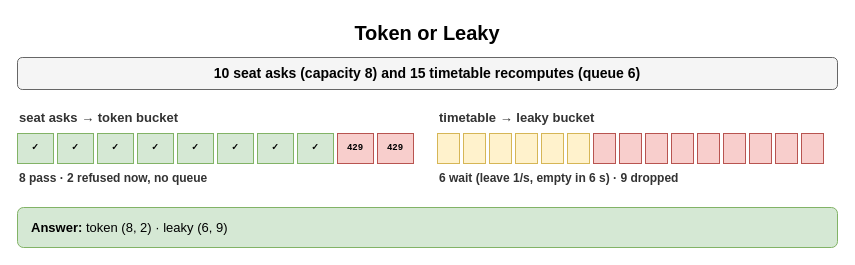
Above: page "Token or Leaky" (4 of 8) of content/09_System_Design_Interview/17_Rate_Limiting_and_Throttling/diagrams/rate-limiting-drills.drawio in amendez13/swe-study-guide (draw.io), before the change. Source tidied: cells renumbered, new cells numbered last; positions are measured from the earlier drawing's top-left corner, leaving out a move shared by most shapes. Both pictures are drawn from the tidied source at 100%, with x=0, y=0 at pixel (17, 17).
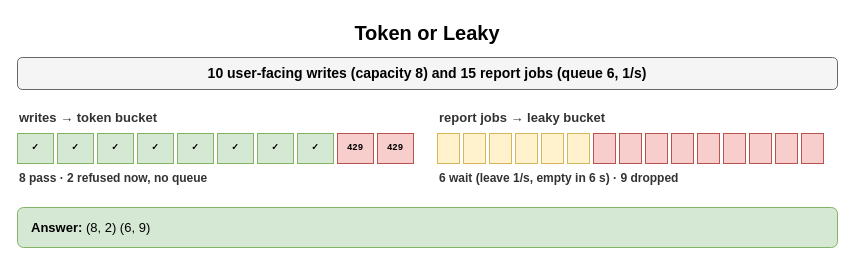
The same diagram, later.

The edit, as a diff of the source:
```diff
@@
-    <mxCell id="3" value="10 seat asks (capacity 8) and 15 timetable recomputes (queue 6)" style="rounded=1;whiteSpace=wrap;html=1;fillColor=#f5f5f5;strokeColor=#666666;fontStyle=1;fontSize=14;" parent="1" vertex="1">
+    <mxCell id="3" value="10 user-facing writes (capacity 8) and 15 report jobs (queue 6, 1/s)" style="rounded=1;whiteSpace=wrap;html=1;fillColor=#f5f5f5;strokeColor=#666666;fontStyle=1;fontSize=14;" parent="1" vertex="1">
       <mxGeometry y="40" width="820" height="32" as="geometry" />
     </mxCell>
-    <mxCell id="4" value="seat asks → token bucket" style="text;html=1;whiteSpace=wrap;fontSize=11;align=left;verticalAlign=middle;fontSize=13;fontColor=#333333;fontStyle=1;" parent="1" vertex="1">
+    <mxCell id="4" value="writes → token bucket" style="text;html=1;whiteSpace=wrap;fontSize=11;align=left;verticalAlign=middle;fontSize=13;fontColor=#333333;fontStyle=1;" parent="1" vertex="1">
       <mxGeometry y="90" width="400" height="20" as="geometry" />
     </mxCell>
@@
-    <mxCell id="16" value="timetable → leaky bucket" style="text;html=1;whiteSpace=wrap;fontSize=11;align=left;verticalAlign=middle;fontSize=13;fontColor=#333333;fontStyle=1;" parent="1" vertex="1">
+    <mxCell id="16" value="report jobs → leaky bucket" style="text;html=1;whiteSpace=wrap;fontSize=11;align=left;verticalAlign=middle;fontSize=13;fontColor=#333333;fontStyle=1;" parent="1" vertex="1">
       <mxGeometry x="420" y="90" width="400" height="20" as="geometry" />
     </mxCell>
@@
-    <mxCell id="33" value="&lt;b&gt;Answer:&lt;/b&gt; token (8, 2) · leaky (6, 9)" style="rounded=1;whiteSpace=wrap;html=1;fillColor=#d5e8d4;strokeColor=#82b366;fontSize=13;align=left;spacingLeft=12;" parent="1" vertex="1">
+    <mxCell id="33" value="&lt;b&gt;Answer:&lt;/b&gt; (8, 2) (6, 9)" style="rounded=1;whiteSpace=wrap;html=1;fillColor=#d5e8d4;strokeColor=#82b366;fontSize=13;align=left;spacingLeft=12;" parent="1" vertex="1">
       <mxGeometry y="190" width="820" height="40" as="geometry" />
     </mxCell>
```
